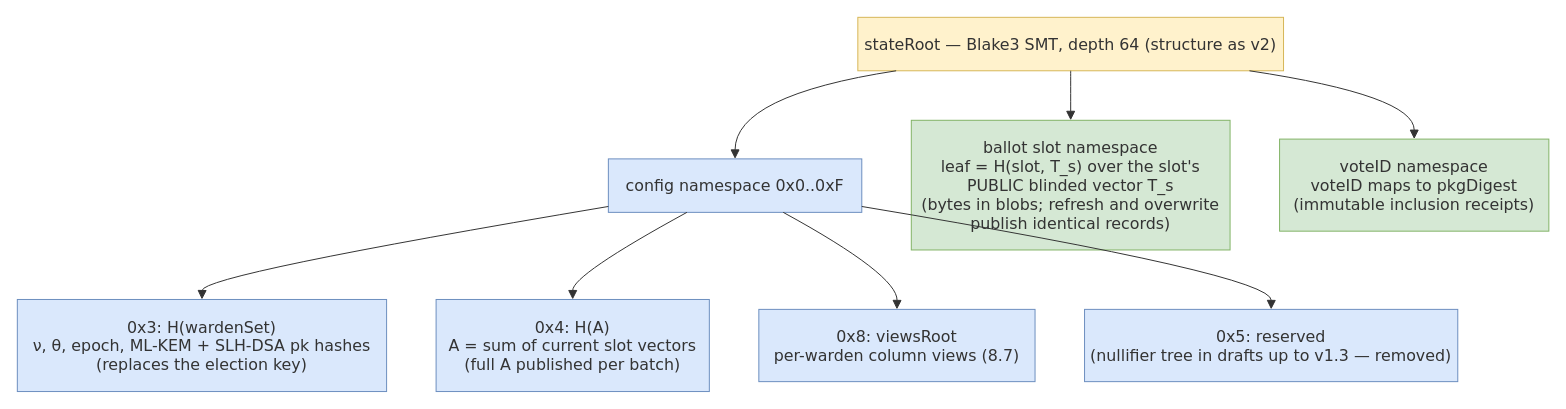
Above: v3-pq/figures/src/state-tree-v3.drawio in vocdoni/davinci-paper (draw.io), before the change. Source tidied: cells renumbered, new cells numbered last; positions are measured from the earlier drawing's top-left corner, leaving out a move shared by most shapes. Both pictures are drawn from the tidied source at 99%, with x=0, y=0 at pixel (17, 17).
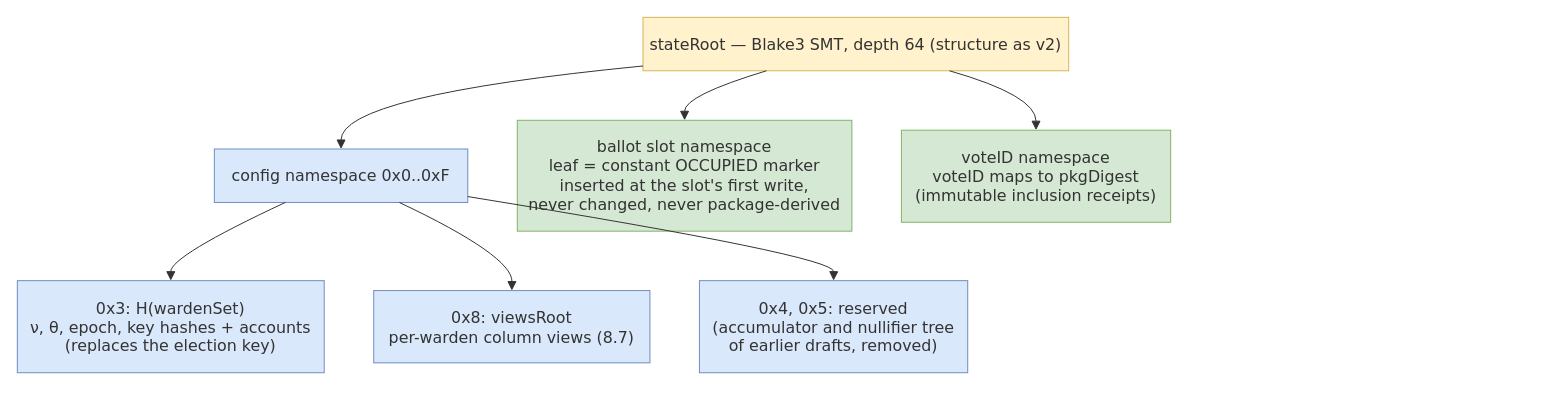
Above is the later version.

Change to the diagram source:
```diff
@@
     <mxCell id="2" value="stateRoot — Blake3 SMT, depth 64 (structure as v2)" style="html=1;whiteSpace=wrap;strokeWidth=1;fillColor=#fff2cc;strokeColor=#d6b656;fontColor=light-dark(#333333,#cccccc);fontFamily=Trebuchet MS,Verdana,Arial,sans-serif;fontSize=16;" parent="1" vertex="1">
-      <mxGeometry x="849" width="430" height="54" as="geometry" />
+      <mxGeometry x="632" width="430" height="54" as="geometry" />
     </mxCell>
     <mxCell id="3" value="config namespace 0x0..0xF" style="html=1;whiteSpace=wrap;strokeWidth=1;fillColor=#dae8fc;strokeColor=#6c8ebf;fontColor=light-dark(#333333,#cccccc);fontFamily=Trebuchet MS,Verdana,Arial,sans-serif;fontSize=16;" parent="1" vertex="1">
-      <mxGeometry x="597" y="143" width="256" height="54" as="geometry" />
+      <mxGeometry x="199" y="133" width="256" height="54" as="geometry" />
     </mxCell>
-    <mxCell id="4" value="ballot slot namespace&#10;leaf = H(slot, T_s) over the slot's&#10;PUBLIC blinded vector T_s&#10;(bytes in blobs; refresh and overwrite&#10;publish identical records)" style="html=1;whiteSpace=wrap;strokeWidth=1;fillColor=#d5e8d4;strokeColor=#82b366;fontColor=light-dark(#333333,#cccccc);fontFamily=Trebuchet MS,Verdana,Arial,sans-serif;fontSize=16;" parent="1" vertex="1">
-      <mxGeometry x="903" y="104" width="322" height="131" as="geometry" />
+    <mxCell id="4" value="ballot slot namespace&#10;leaf = constant OCCUPIED marker&#10;inserted at the slot's first write,&#10;never changed, never package-derived" style="html=1;whiteSpace=wrap;strokeWidth=1;fillColor=#d5e8d4;strokeColor=#82b366;fontColor=light-dark(#333333,#cccccc);fontFamily=Trebuchet MS,Verdana,Arial,sans-serif;fontSize=16;" parent="1" vertex="1">
+      <mxGeometry x="505" y="104" width="338" height="112" as="geometry" />
     </mxCell>
     <mxCell id="5" value="voteID namespace&#10;voteID maps to pkgDigest&#10;(immutable inclusion receipts)" style="html=1;whiteSpace=wrap;strokeWidth=1;fillColor=#d5e8d4;strokeColor=#82b366;fontColor=light-dark(#333333,#cccccc);fontFamily=Trebuchet MS,Verdana,Arial,sans-serif;fontSize=16;" parent="1" vertex="1">
-      <mxGeometry x="1275" y="123" width="272" height="93" as="geometry" />
+      <mxGeometry x="893" y="114" width="272" height="93" as="geometry" />
     </mxCell>
-    <mxCell id="6" value="0x3: H(wardenSet)&#10;ν, θ, epoch, ML-KEM + SLH-DSA pk hashes&#10;(replaces the election key)" style="html=1;whiteSpace=wrap;strokeWidth=1;fillColor=#dae8fc;strokeColor=#6c8ebf;fontColor=light-dark(#333333,#cccccc);fontFamily=Trebuchet MS,Verdana,Arial,sans-serif;fontSize=16;" parent="1" vertex="1">
-      <mxGeometry y="285" width="373" height="93" as="geometry" />
+    <mxCell id="6" value="0x3: H(wardenSet)&#10;ν, θ, epoch, key hashes + accounts&#10;(replaces the election key)" style="html=1;whiteSpace=wrap;strokeWidth=1;fillColor=#dae8fc;strokeColor=#6c8ebf;fontColor=light-dark(#333333,#cccccc);fontFamily=Trebuchet MS,Verdana,Arial,sans-serif;fontSize=16;" parent="1" vertex="1">
+      <mxGeometry y="266" width="310" height="93" as="geometry" />
     </mxCell>
-    <mxCell id="7" value="0x4: H(A)&#10;A = sum of current slot vectors&#10;(full A published per batch)" style="html=1;whiteSpace=wrap;strokeWidth=1;fillColor=#dae8fc;strokeColor=#6c8ebf;fontColor=light-dark(#333333,#cccccc);fontFamily=Trebuchet MS,Verdana,Arial,sans-serif;fontSize=16;" parent="1" vertex="1">
-      <mxGeometry x="423" y="285" width="276" height="93" as="geometry" />
+    <mxCell id="7" value="0x8: viewsRoot&#10;per-warden column views (8.7)" style="html=1;whiteSpace=wrap;strokeWidth=1;fillColor=#dae8fc;strokeColor=#6c8ebf;fontColor=light-dark(#333333,#cccccc);fontFamily=Trebuchet MS,Verdana,Arial,sans-serif;fontSize=16;" parent="1" vertex="1">
+      <mxGeometry x="360" y="276" width="279" height="73" as="geometry" />
     </mxCell>
-    <mxCell id="8" value="0x8: viewsRoot&#10;per-warden column views (8.7)" style="html=1;whiteSpace=wrap;strokeWidth=1;fillColor=#dae8fc;strokeColor=#6c8ebf;fontColor=light-dark(#333333,#cccccc);fontFamily=Trebuchet MS,Verdana,Arial,sans-serif;fontSize=16;" parent="1" vertex="1">
-      <mxGeometry x="749" y="295" width="279" height="73" as="geometry" />
+    <mxCell id="8" value="0x4, 0x5: reserved&#10;(accumulator and nullifier tree&#10;of earlier drafts, removed)" style="html=1;whiteSpace=wrap;strokeWidth=1;fillColor=#dae8fc;strokeColor=#6c8ebf;fontColor=light-dark(#333333,#cccccc);fontFamily=Trebuchet MS,Verdana,Arial,sans-serif;fontSize=16;" parent="1" vertex="1">
+      <mxGeometry x="689" y="266" width="271" height="93" as="geometry" />
     </mxCell>
-    <mxCell id="9" value="0x5: reserved&#10;(nullifier tree in drafts up to v1.3 — removed)" style="html=1;whiteSpace=wrap;strokeWidth=1;fillColor=#dae8fc;strokeColor=#6c8ebf;fontColor=light-dark(#333333,#cccccc);fontFamily=Trebuchet MS,Verdana,Arial,sans-serif;fontSize=16;" parent="1" vertex="1">
-      <mxGeometry x="1078" y="295" width="377" height="73" as="geometry" />
+    <mxCell id="9" style="curved=1;startArrow=none;endArrow=block;endSize=7;strokeColor=light-dark(#333333,#cccccc);exitX=0;exitY=0.91;entryX=0.5;entryY=0;" parent="1" edge="1" source="2" target="3">
+      <mxGeometry relative="1" as="geometry">
+        <Array as="points">
+          <mxPoint x="327" y="79" />
+        </Array>
+      </mxGeometry>
     </mxCell>
-    <mxCell id="10" style="curved=1;startArrow=none;endArrow=block;endSize=7;strokeColor=light-dark(#333333,#cccccc);exitX=0.09;exitY=1;entryX=0.5;entryY=0;" parent="1" edge="1" source="2" target="3">
+    <mxCell id="10" style="curved=1;startArrow=none;endArrow=block;endSize=7;strokeColor=light-dark(#333333,#cccccc);exitX=0.29;exitY=1;entryX=0.5;entryY=0;" parent="1" edge="1" source="2" target="4">
       <mxGeometry relative="1" as="geometry">
         <Array as="points">
-          <mxPoint x="725" y="79" />
+          <mxPoint x="674" y="79" />
         </Array>
       </mxGeometry>
     </mxCell>
-    <mxCell id="11" style="curved=1;startArrow=none;endArrow=block;endSize=7;strokeColor=light-dark(#333333,#cccccc);exitX=0.5;exitY=1;entryX=0.5;entryY=0;" parent="1" edge="1" source="2" target="4">
-      <mxGeometry relative="1" as="geometry" />
+    <mxCell id="11" style="curved=1;startArrow=none;endArrow=block;endSize=7;strokeColor=light-dark(#333333,#cccccc);exitX=0.72;exitY=1;entryX=0.5;entryY=0;" parent="1" edge="1" source="2" target="5">
+      <mxGeometry relative="1" as="geometry">
+        <Array as="points">
+          <mxPoint x="1029" y="79" />
+        </Array>
+      </mxGeometry>
     </mxCell>
-    <mxCell id="12" style="curved=1;startArrow=none;endArrow=block;endSize=7;strokeColor=light-dark(#333333,#cccccc);exitX=0.92;exitY=1;entryX=0.5;entryY=0;" parent="1" edge="1" source="2" target="5">
+    <mxCell id="12" style="curved=1;startArrow=none;endArrow=block;endSize=7;strokeColor=light-dark(#333333,#cccccc);exitX=0.28;exitY=1;entryX=0.5;entryY=0;" parent="1" edge="1" source="3" target="6">
       <mxGeometry relative="1" as="geometry">
         <Array as="points">
-          <mxPoint x="1411" y="79" />
+          <mxPoint x="155" y="241" />
         </Array>
       </mxGeometry>
     </mxCell>
-    <mxCell id="13" style="curved=1;startArrow=none;endArrow=block;endSize=7;strokeColor=light-dark(#333333,#cccccc);exitX=0;exitY=0.89;entryX=0.5;entryY=0;" parent="1" edge="1" source="3" target="6">
+    <mxCell id="13" style="curved=1;startArrow=none;endArrow=block;endSize=7;strokeColor=light-dark(#333333,#cccccc);exitX=0.73;exitY=1;entryX=0.5;entryY=0;" parent="1" edge="1" source="3" target="7">
       <mxGeometry relative="1" as="geometry">
         <Array as="points">
-          <mxPoint x="187" y="260" />
+          <mxPoint x="500" y="241" />
         </Array>
       </mxGeometry>
     </mxCell>
-    <mxCell id="14" style="curved=1;startArrow=none;endArrow=block;endSize=7;strokeColor=light-dark(#333333,#cccccc);exitX=0.31;exitY=1;entryX=0.5;entryY=0;" parent="1" edge="1" source="3" target="7">
+    <mxCell id="14" style="curved=1;startArrow=none;endArrow=block;endSize=7;strokeColor=light-dark(#333333,#cccccc);exitX=1;exitY=0.89;entryX=0.5;entryY=0;" parent="1" edge="1" source="3" target="8">
       <mxGeometry relative="1" as="geometry">
         <Array as="points">
-          <mxPoint x="561" y="260" />
+          <mxPoint x="825" y="241" />
         </Array>
       </mxGeometry>
     </mxCell>
-    <mxCell id="15" style="curved=1;startArrow=none;endArrow=block;endSize=7;strokeColor=light-dark(#333333,#cccccc);exitX=0.69;exitY=1;entryX=0.5;entryY=0;" parent="1" edge="1" source="3" target="8">
-      <mxGeometry relative="1" as="geometry">
-        <Array as="points">
-          <mxPoint x="889" y="260" />
-        </Array>
-      </mxGeometry>
-    </mxCell>
-    <mxCell id="16" style="curved=1;startArrow=none;endArrow=block;endSize=7;strokeColor=light-dark(#333333,#cccccc);exitX=1;exitY=0.89;entryX=0.5;entryY=0;" parent="1" edge="1" source="3" target="9">
-      <mxGeometry relative="1" as="geometry">
-        <Array as="points">
-          <mxPoint x="1267" y="260" />
-        </Array>
-      </mxGeometry>
-    </mxCell>
```
